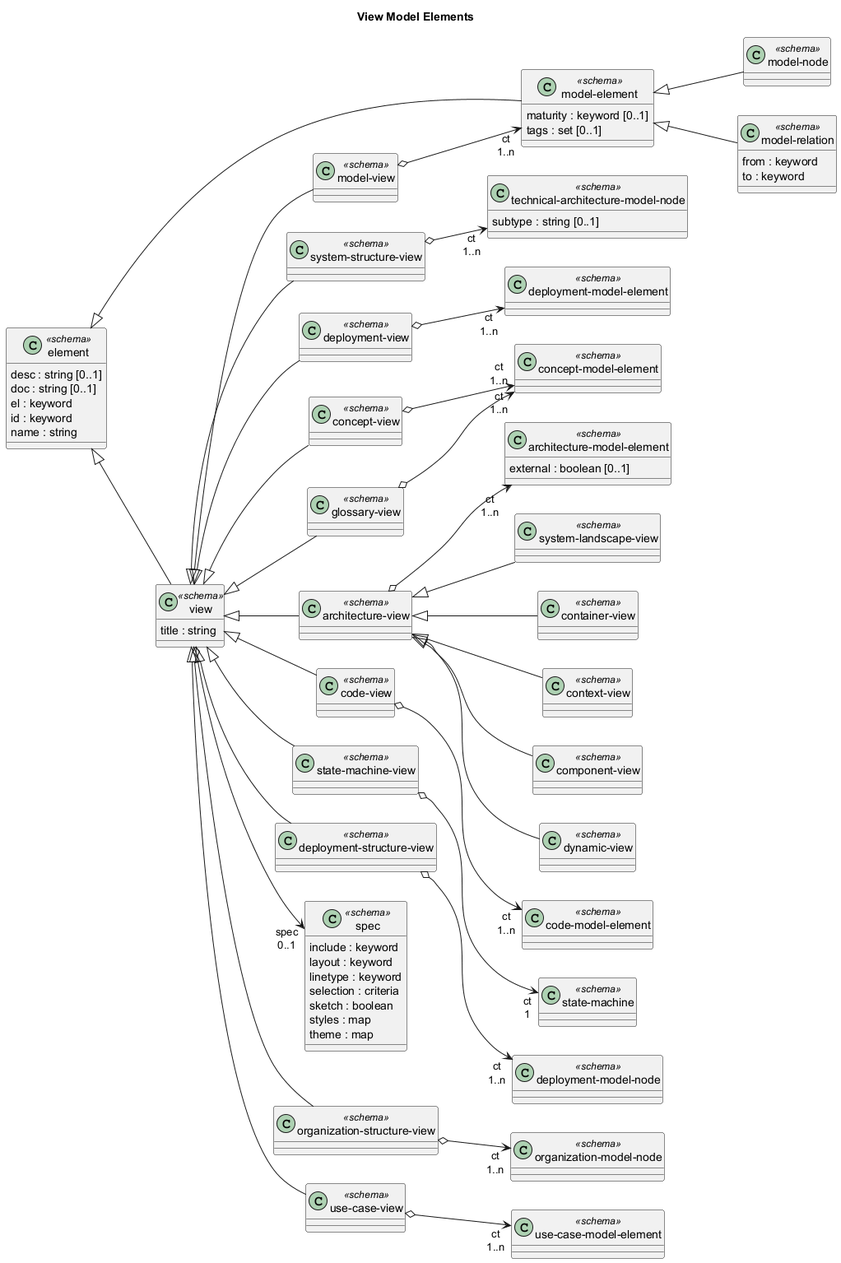
The PlantUML diagram docs/overarch/data-model/view-model-elements.png in soulspace-org/overarch, before a commit.
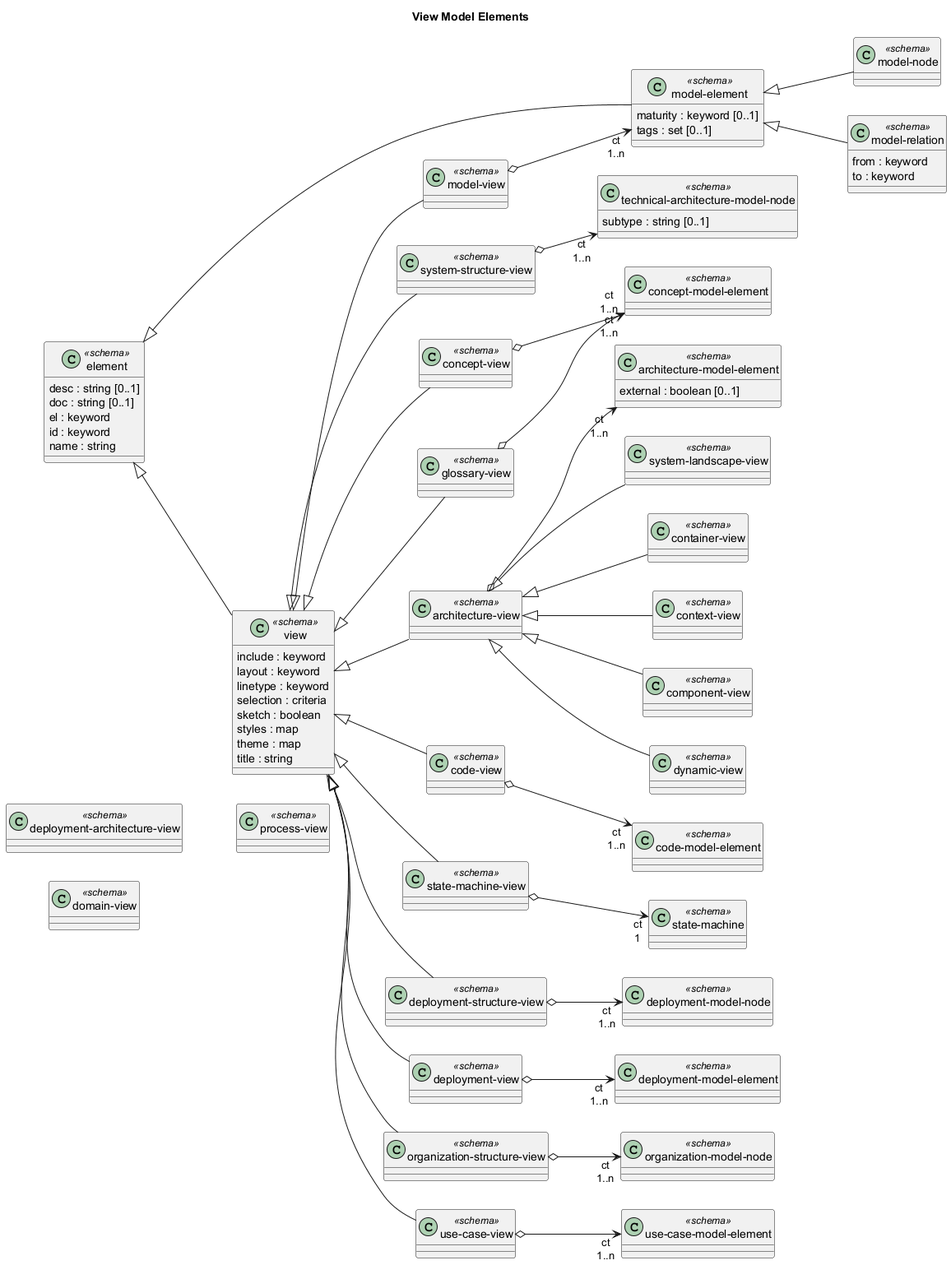
The same file after the commit.

The edit, as a diff of the source:
```diff
@@ -8,31 +8,24 @@
 title View Model Elements
 
 class "deployment-model-node" as overarch_dataModel_deploymentModelNode <<schema>> {}
-class "model-element" as overarch_dataModel_modelElement <<schema>> {
-  maturity : keyword [0..1]
-  tags : set [0..1]
-}
+class "deployment-architecture-view" as overarch_dataModel_deploymentArchitectureView <<schema>> {}
 class "system-structure-view" as overarch_dataModel_systemStructureView <<schema>> {}
 class "architecture-model-element" as overarch_dataModel_architectureModelElement <<schema>> {
   external : boolean [0..1]
 }
 class "state-machine" as overarch_dataModel_stateMachine <<schema>> {}
+class "domain-view" as overarch_dataModel_domainView <<schema>> {}
 class "concept-model-element" as overarch_dataModel_conceptModelElement <<schema>> {}
 class "organization-model-node" as overarch_dataModel_organizationModelNode <<schema>> {}
-class "deployment-view" as overarch_dataModel_deploymentView <<schema>> {}
 class "concept-view" as overarch_dataModel_conceptView <<schema>> {}
 class "system-landscape-view" as overarch_dataModel_systemLandscapeView <<schema>> {}
+class "model-node" as overarch_dataModel_modelNode <<schema>> {}
 class "architecture-view" as overarch_dataModel_architectureView <<schema>> {}
 class "container-view" as overarch_dataModel_containerView <<schema>> {}
 class "technical-architecture-model-node" as overarch_dataModel_technicalArchitectureModelNode <<schema>> {
   subtype : string [0..1]
 }
 class "code-view" as overarch_dataModel_codeView <<schema>> {}
-class "state-machine-view" as overarch_dataModel_stateMachineView <<schema>> {}
-class "context-view" as overarch_dataModel_contextView <<schema>> {}
-class "model-node" as overarch_dataModel_modelNode <<schema>> {}
-class "model-view" as overarch_dataModel_modelView <<schema>> {}
-class "use-case-model-element" as overarch_dataModel_useCaseModelElement <<schema>> {}
 class "element" as overarch_dataModel_element <<schema>> {
   desc : string [0..1]
   doc : string [0..1]
@@ -40,14 +33,23 @@
   id : keyword
   name : string
 }
+class "state-machine-view" as overarch_dataModel_stateMachineView <<schema>> {}
+class "process-view" as overarch_dataModel_processView <<schema>> {}
+class "context-view" as overarch_dataModel_contextView <<schema>> {}
+class "model-element" as overarch_dataModel_modelElement <<schema>> {
+  maturity : keyword [0..1]
+  tags : set [0..1]
+}
+class "model-view" as overarch_dataModel_modelView <<schema>> {}
+class "use-case-model-element" as overarch_dataModel_useCaseModelElement <<schema>> {}
 class "glossary-view" as overarch_dataModel_glossaryView <<schema>> {}
 class "deployment-model-element" as overarch_dataModel_deploymentModelElement <<schema>> {}
 class "deployment-structure-view" as overarch_dataModel_deploymentStructureView <<schema>> {}
-class "model-relation" as overarch_dataModel_modelRelation <<schema>> {
-  from : keyword
-  to : keyword
-}
-class "spec" as overarch_dataModel_renderingSpec <<schema>> {
+class "deployment-view" as overarch_dataModel_deploymentView <<schema>> {}
+class "organization-structure-view" as overarch_dataModel_organizationStructureView <<schema>> {}
+class "component-view" as overarch_dataModel_componentView <<schema>> {}
+class "code-model-element" as overarch_dataModel_codeModelElement <<schema>> {}
+class "view" as overarch_dataModel_view <<schema>> {
   include : keyword
   layout : keyword
   linetype : keyword
@@ -55,14 +57,13 @@
   sketch : boolean
   styles : map
   theme : map
-}
-class "organization-structure-view" as overarch_dataModel_organizationStructureView <<schema>> {}
-class "component-view" as overarch_dataModel_componentView <<schema>> {}
-class "code-model-element" as overarch_dataModel_codeModelElement <<schema>> {}
-class "view" as overarch_dataModel_view <<schema>> {
   title : string
 }
 class "dynamic-view" as overarch_dataModel_dynamicView <<schema>> {}
+class "model-relation" as overarch_dataModel_modelRelation <<schema>> {
+  from : keyword
+  to : keyword
+}
 class "use-case-view" as overarch_dataModel_useCaseView <<schema>> {}
 overarch_dataModel_codeView o-->  "ct\n1..n" overarch_dataModel_codeModelElement
 overarch_dataModel_architectureView <|-- overarch_dataModel_dynamicView
@@ -88,7 +89,6 @@
 overarch_dataModel_view <|-- overarch_dataModel_deploymentStructureView
 overarch_dataModel_modelView o-->  "ct\n1..n" overarch_dataModel_modelElement
 overarch_dataModel_stateMachineView o-->  "ct\n1" overarch_dataModel_stateMachine
-overarch_dataModel_view o-->  "spec\n0..1" overarch_dataModel_renderingSpec
 overarch_dataModel_view <|-- overarch_dataModel_glossaryView
 overarch_dataModel_deploymentStructureView o-->  "ct\n1..n" overarch_dataModel_deploymentModelNode
 overarch_dataModel_view <|-- overarch_dataModel_modelView
```
